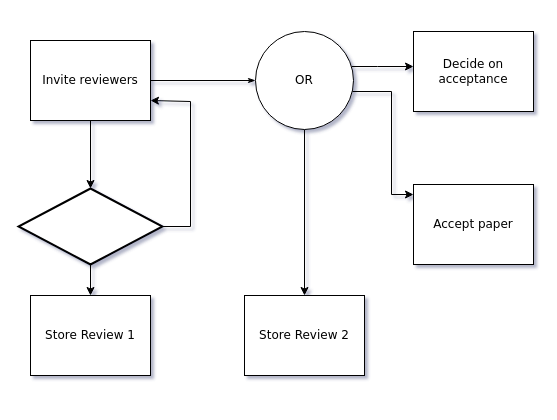
Above: 제목 없는 다이어그램.drawio in uubi-0/2018.12.23_Movie-Reservation (draw.io), before the change. Source tidied: cells renumbered, new cells numbered last; positions are measured from the earlier drawing's top-left corner, leaving out a move shared by most shapes. Both pictures are drawn from the tidied source at 100%, with x=0, y=0 at pixel (18, 31).
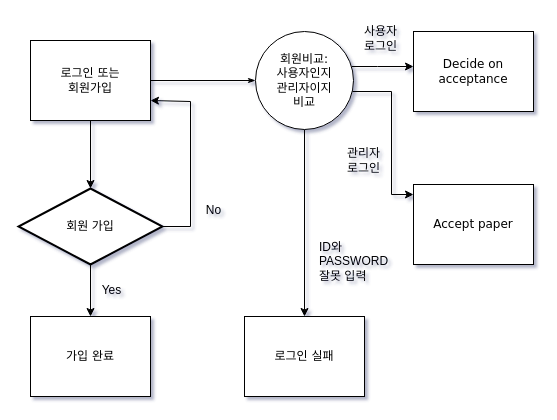
Above is the later version.

Commit message (it also covers changes not shown here):
제목 없는 다이어그램.drawio 업데이트

Unchanged cells that the change refers to:
```xml
<mxCell id="12" value="Accept paper" style="rounded=0;whiteSpace=wrap;html=1;shadow=0;labelBackgroundColor=none;strokeWidth=1;fontFamily=Verdana;fontSize=12;align=center;" parent="1" vertex="1">
  <mxGeometry x="395" y="153" width="120" height="80" as="geometry" />
</mxCell>
```

What changed in the source:
```diff
@@
-    <mxCell id="4" value="Invite reviewers" style="rounded=0;whiteSpace=wrap;html=1;shadow=0;labelBackgroundColor=none;strokeWidth=1;fontFamily=Verdana;fontSize=12;align=center;" parent="1" vertex="1">
+    <mxCell id="4" value="로그인 또는&lt;br&gt;회원가입" style="rounded=0;whiteSpace=wrap;html=1;shadow=0;labelBackgroundColor=none;strokeWidth=1;fontFamily=Verdana;fontSize=12;align=center;" parent="1" vertex="1">
       <mxGeometry x="12" y="9" width="120" height="80" as="geometry" />
     </mxCell>
@@
-    <mxCell id="6" style="edgeStyle=orthogonalEdgeStyle;rounded=0;jettySize=auto;html=1;" parent="1" edge="1" source="8" target="12">
+    <mxCell id="6" style="edgeStyle=orthogonalEdgeStyle;rounded=0;jettySize=auto;html=1;labelBackgroundColor=default;" parent="1" edge="1" source="8" target="12">
       <mxGeometry relative="1" as="geometry">
         <Array as="points">
           <mxPoint x="373" y="60" />
           <mxPoint x="373" y="163" />
         </Array>
       </mxGeometry>
     </mxCell>
@@
-    <mxCell id="8" value="OR" style="ellipse;whiteSpace=wrap;html=1;rounded=0;shadow=0;labelBackgroundColor=none;strokeWidth=1;fontFamily=Verdana;fontSize=12;align=center;" parent="1" vertex="1">
+    <mxCell id="8" value="회원비교:&lt;br&gt;사용자인지&lt;br&gt;관리자이지&lt;br&gt;비교" style="ellipse;whiteSpace=wrap;html=1;rounded=0;shadow=0;labelBackgroundColor=none;strokeWidth=1;fontFamily=Verdana;fontSize=12;align=center;" parent="1" vertex="1">
       <mxGeometry x="237" width="98" height="98" as="geometry" />
     </mxCell>
-    <mxCell id="9" value="Store Review 1" style="rounded=0;whiteSpace=wrap;html=1;shadow=0;labelBackgroundColor=none;strokeWidth=1;fontFamily=Verdana;fontSize=12;align=center;" parent="1" vertex="1">
-      <mxGeometry x="12" y="264" width="120" height="80" as="geometry" />
+    <mxCell id="9" value="가입 완료" style="rounded=0;whiteSpace=wrap;html=1;shadow=0;labelBackgroundColor=none;strokeWidth=1;fontFamily=Verdana;fontSize=12;align=center;" parent="1" vertex="1">
+      <mxGeometry x="12" y="285" width="120" height="80" as="geometry" />
     </mxCell>
-    <mxCell id="10" value="Store Review 2" style="rounded=0;whiteSpace=wrap;html=1;shadow=0;labelBackgroundColor=none;strokeWidth=1;fontFamily=Verdana;fontSize=12;align=center;" parent="1" vertex="1">
-      <mxGeometry x="226" y="264" width="120" height="80" as="geometry" />
+    <mxCell id="10" value="로그인 실패" style="rounded=0;whiteSpace=wrap;html=1;shadow=0;labelBackgroundColor=none;strokeWidth=1;fontFamily=Verdana;fontSize=12;align=center;" parent="1" vertex="1">
+      <mxGeometry x="226" y="285" width="120" height="80" as="geometry" />
     </mxCell>
@@
-    <mxCell id="15" style="strokeWidth=2;html=1;shape=mxgraph.flowchart.decision;whiteSpace=wrap;" parent="1" vertex="1">
+    <mxCell id="15" value="회원 가입" style="strokeWidth=2;html=1;shape=mxgraph.flowchart.decision;whiteSpace=wrap;" parent="1" vertex="1">
       <mxGeometry y="157" width="144" height="76" as="geometry" />
     </mxCell>
+    <mxCell id="16" value="&lt;div style=&quot;text-align: justify;&quot;&gt;&lt;span style=&quot;background-color: initial;&quot;&gt;ID와&lt;/span&gt;&lt;/div&gt;&lt;div style=&quot;text-align: justify;&quot;&gt;&lt;span style=&quot;background-color: initial;&quot;&gt;PASSWORD&lt;/span&gt;&lt;/div&gt;&lt;div style=&quot;text-align: justify;&quot;&gt;&lt;span style=&quot;background-color: initial;&quot;&gt;잘못 입력&lt;/span&gt;&lt;/div&gt;" style="text;html=1;align=center;verticalAlign=middle;fillColor=none;strokeColor=none;rounded=0;" parent="1" vertex="1">
+      <mxGeometry x="291" y="202" width="87" height="55" as="geometry" />
+    </mxCell>
+    <mxCell id="17" value="&lt;div style=&quot;text-align: justify;&quot;&gt;관리자&lt;br&gt;로그인&lt;/div&gt;" style="text;html=1;align=center;verticalAlign=middle;fillColor=none;strokeColor=none;rounded=0;" parent="1" vertex="1">
+      <mxGeometry x="318" y="108" width="54" height="41" as="geometry" />
+    </mxCell>
+    <mxCell id="18" value="&lt;div style=&quot;text-align: justify;&quot;&gt;사용자&lt;/div&gt;&lt;div style=&quot;text-align: justify;&quot;&gt;로그인&lt;/div&gt;" style="text;html=1;align=center;verticalAlign=middle;fillColor=none;strokeColor=none;rounded=0;" parent="1" vertex="1">
+      <mxGeometry x="335" y="-14" width="54" height="41" as="geometry" />
+    </mxCell>
+    <mxCell id="19" value="&lt;div style=&quot;text-align: justify;&quot;&gt;No&lt;/div&gt;" style="text;html=1;align=center;verticalAlign=middle;fillColor=none;strokeColor=none;rounded=0;" parent="1" vertex="1">
+      <mxGeometry x="178" y="166" width="33" height="26" as="geometry" />
+    </mxCell>
+    <mxCell id="20" value="&lt;div style=&quot;text-align: justify;&quot;&gt;Yes&lt;/div&gt;" style="text;html=1;align=center;verticalAlign=middle;fillColor=none;strokeColor=none;rounded=0;" parent="1" vertex="1">
+      <mxGeometry x="74" y="246" width="38" height="26" as="geometry" />
+    </mxCell>
```
